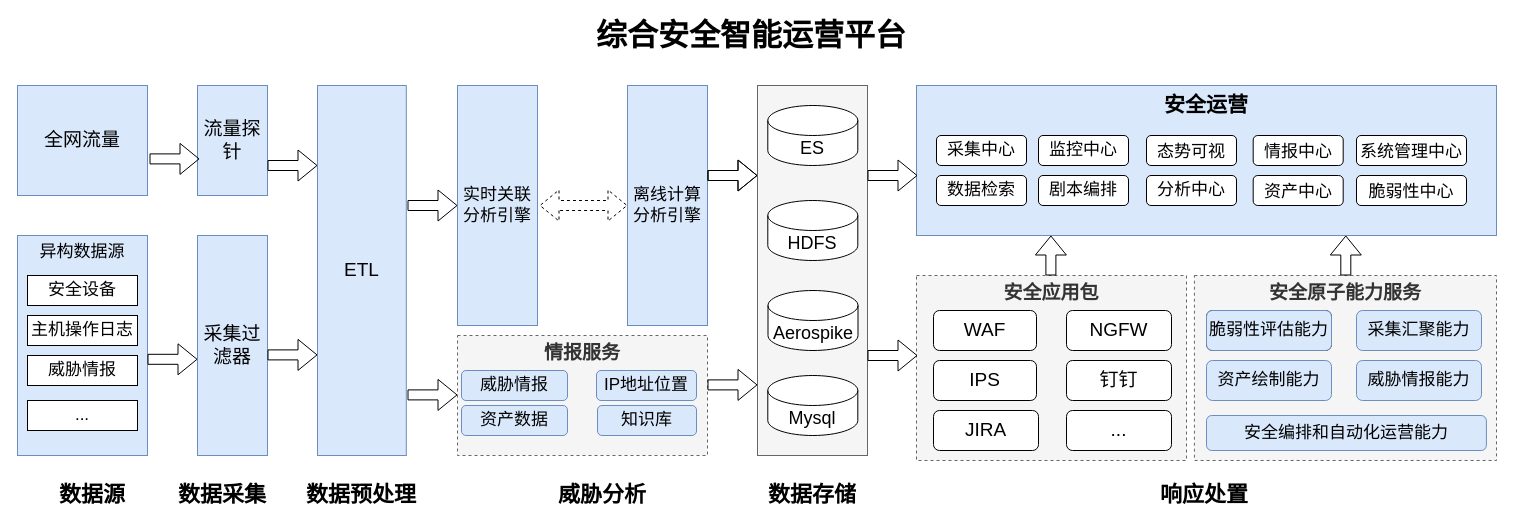
Above: 安全大脑系统架构交互图.drawio in liujianqun/draw (draw.io), before the change. Source tidied: cells renumbered, new cells numbered last; positions are measured from the earlier drawing's top-left corner, leaving out a move shared by most shapes. Both pictures are drawn from the tidied source at 100%, with x=0, y=0 at pixel (17, 25).
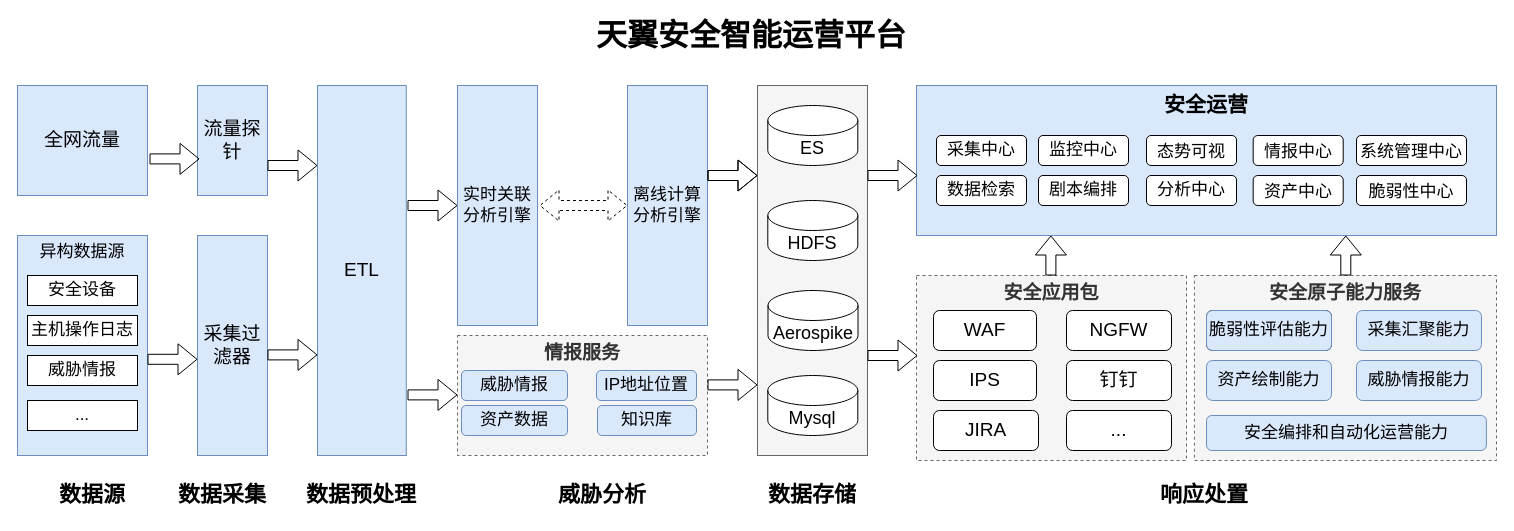
The same page after the edit.

Commit message:
Update 安全大脑系统架构交互图.drawio

Diff of the diagram source:
```diff
@@
-    <mxCell id="19" value="综合安全智能运营平台" style="text;html=1;strokeColor=none;fillColor=none;align=center;verticalAlign=middle;whiteSpace=wrap;rounded=0;fontSize=31;fontStyle=1;" parent="1" vertex="1">
+    <mxCell id="19" value="天翼安全智能运营平台" style="text;html=1;strokeColor=none;fillColor=none;align=center;verticalAlign=middle;whiteSpace=wrap;rounded=0;fontSize=31;fontStyle=1;" parent="1" vertex="1">
       <mxGeometry x="549" width="370" height="20" as="geometry" />
     </mxCell>
```
